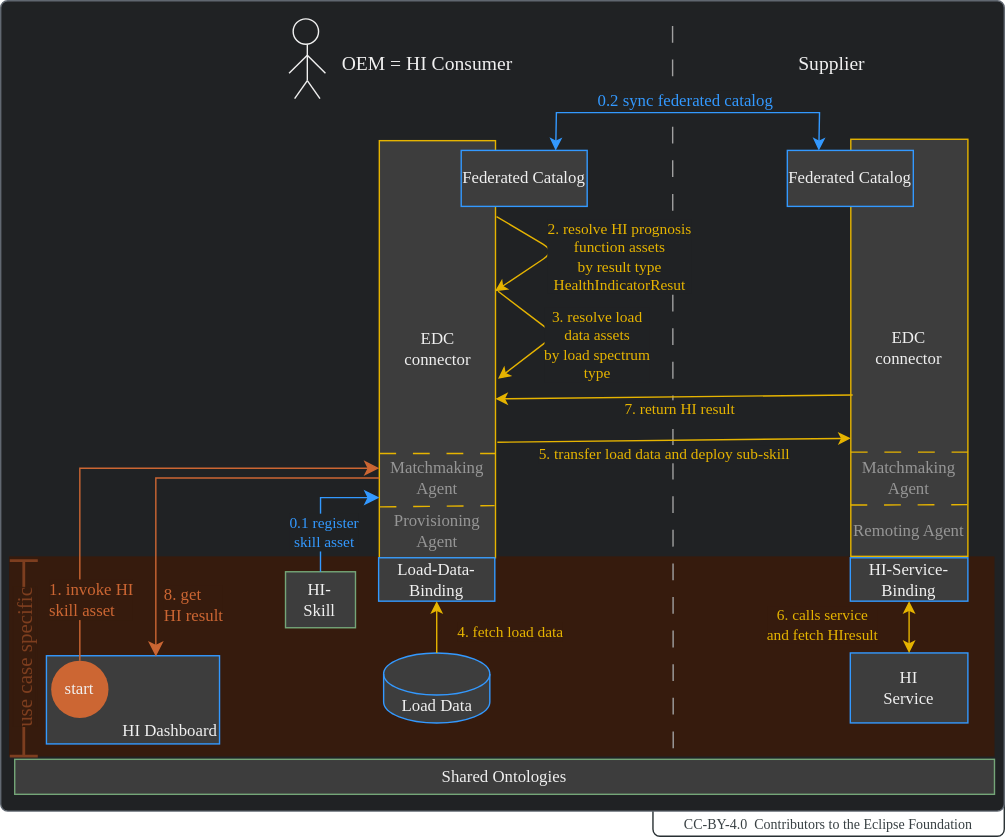
eclipse-tractusx/eclipse-tractusx.github.io keeps this draw.io diagram as docs-kits/kits/behaviour-twin-kit/use-cases/hi/adoption-view/assets/business-process.drawio.svg. Above is the earlier version. Source tidied: cells renumbered, new cells last; positions are measured from the earlier drawing's top-left corner, leaving out a move shared by most shapes.
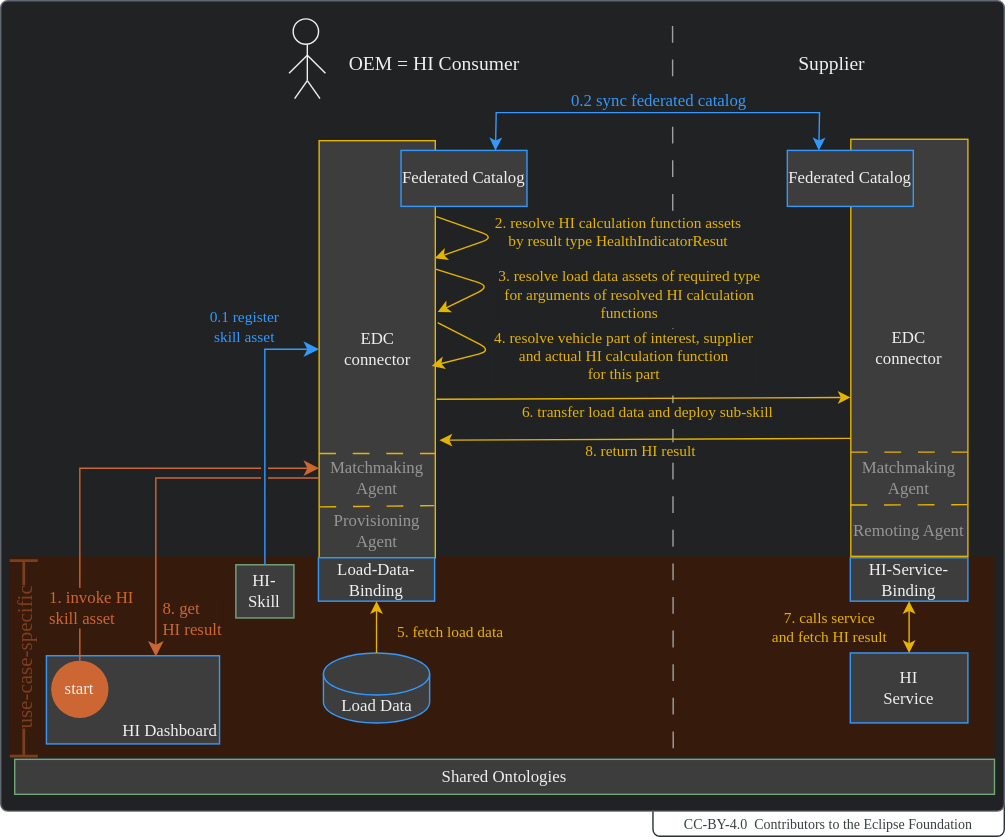
After the change.

What changed in the source:
```diff
@@ -18,13 +18,13 @@
       </mxGeometry>
     </mxCell>
     <mxCell id="6" value="&lt;font style=&quot;font-size: 14px;&quot; face=&quot;Manrope&quot;&gt;OEM = HI Consumer&lt;/font&gt;" style="rounded=0;whiteSpace=wrap;html=1;strokeColor=none;fillColor=none;fillStyle=solid;fontColor=#F0F0F0;fontFamily=Manrope;" parent="1" vertex="1">
-      <mxGeometry x="287" y="31" width="142" height="30" as="geometry" />
+      <mxGeometry x="292" y="31" width="142" height="30" as="geometry" />
     </mxCell>
     <mxCell id="7" value="&lt;font style=&quot;font-size: 14px;&quot; face=&quot;Manrope&quot;&gt;Supplier&lt;/font&gt;" style="rounded=0;whiteSpace=wrap;html=1;strokeColor=none;fillColor=none;fillStyle=solid;fontColor=#F0F0F0;fontFamily=Manrope;" parent="1" vertex="1">
       <mxGeometry x="544" y="31" width="206.2" height="30" as="geometry" />
     </mxCell>
     <mxCell id="8" value="&lt;font style=&quot;font-size: 12px;&quot; face=&quot;Manrope&quot;&gt;EDC&lt;br&gt;&lt;/font&gt;connector&lt;font style=&quot;font-size: 12px;&quot; face=&quot;Manrope&quot;&gt;&lt;br&gt;&lt;/font&gt;" style="rounded=0;whiteSpace=wrap;html=1;strokeColor=#E6B400;fillColor=#3D3D3D;fillStyle=solid;fontColor=#F0F0F0;fontFamily=Manrope;" parent="1" vertex="1">
-      <mxGeometry x="323.5" y="100" width="83" height="298" as="geometry" />
+      <mxGeometry x="280.5" y="100" width="83" height="298" as="geometry" />
     </mxCell>
     <mxCell id="9" value="&lt;font style=&quot;font-size: 12px;&quot; face=&quot;Manrope&quot;&gt;EDC&lt;br&gt;&lt;/font&gt;connector&lt;font style=&quot;font-size: 12px;&quot; face=&quot;Manrope&quot;&gt;&lt;br&gt;&lt;/font&gt;" style="rounded=0;whiteSpace=wrap;html=1;strokeColor=#E6B400;fillColor=#3D3D3D;fillStyle=solid;fontColor=#F0F0F0;fontFamily=Manrope;" parent="1" vertex="1">
       <mxGeometry x="660.4" y="99" width="83.7" height="298" as="geometry" />
@@ -69,7 +69,7 @@
       <mxGeometry x="63" y="542" width="700" height="25" as="geometry" />
     </mxCell>
     <mxCell id="18" value="&lt;font style=&quot;font-size: 12px;&quot; face=&quot;Manrope&quot;&gt;Federated Catalog&lt;/font&gt;" style="rounded=0;whiteSpace=wrap;html=1;strokeColor=#3399FF;fillColor=#3D3D3D;fillStyle=solid;fontColor=#F0F0F0;fontFamily=Manrope;" parent="1" vertex="1">
-      <mxGeometry x="382" y="107" width="90" height="40" as="geometry" />
+      <mxGeometry x="339" y="107" width="90" height="40" as="geometry" />
     </mxCell>
     <mxCell id="19" value="&lt;font style=&quot;font-size: 12px;&quot; face=&quot;Manrope&quot;&gt;Federated Catalog&lt;/font&gt;" style="rounded=0;whiteSpace=wrap;html=1;strokeColor=#3399FF;fillColor=#3D3D3D;fillStyle=solid;fontColor=#F0F0F0;fontFamily=Manrope;" parent="1" vertex="1">
       <mxGeometry x="615" y="107" width="90" height="40" as="geometry" />
@@ -77,7 +77,7 @@
     <mxCell id="20" style="endArrow=classic;startArrow=classic;html=1;strokeColor=#3399FF;fontSize=12;fontColor=#F0F0F0;exitX=0.75;exitY=0;exitDx=0;exitDy=0;entryX=0.25;entryY=0;entryDx=0;entryDy=0;rounded=0;fontFamily=Manrope;" parent="1" edge="1" source="18" target="19">
       <mxGeometry relative="1" as="geometry">
         <Array as="points">
-          <mxPoint x="450" y="80" />
+          <mxPoint x="407" y="80" />
           <mxPoint x="638" y="80" />
         </Array>
       </mxGeometry>
@@ -91,89 +91,76 @@
       </mxGeometry>
     </mxCell>
     <mxCell id="23" value="&lt;font style=&quot;font-size: 12px;&quot; face=&quot;Manrope&quot;&gt;Load-Data-Binding&lt;/font&gt;" style="rounded=0;whiteSpace=wrap;html=1;strokeColor=#3399FF;fillColor=#3D3D3D;fillStyle=solid;fontColor=#F0F0F0;fontFamily=Manrope;" parent="1" vertex="1">
-      <mxGeometry x="323" y="398" width="83" height="31" as="geometry" />
+      <mxGeometry x="280" y="398" width="83" height="31" as="geometry" />
     </mxCell>
     <mxCell id="24" value="&lt;font style=&quot;font-size: 12px;&quot; face=&quot;Manrope&quot;&gt;HI-Service-Binding&lt;/font&gt;" style="rounded=0;whiteSpace=wrap;html=1;strokeColor=#3399FF;fillColor=#3D3D3D;fillStyle=solid;fontColor=#F0F0F0;fontFamily=Manrope;" parent="1" vertex="1">
       <mxGeometry x="660" y="398" width="84" height="31" as="geometry" />
     </mxCell>
     <mxCell id="25" value="&lt;font face=&quot;Manrope&quot; color=&quot;#f0f0f0&quot;&gt;Load Data&lt;/font&gt;" style="shape=cylinder3;whiteSpace=wrap;html=1;boundedLbl=1;backgroundOutline=1;size=15;labelBackgroundColor=none;strokeColor=#3399FF;fontColor=#3399FF;fillColor=#3D3D3D;fontFamily=Manrope;" parent="1" vertex="1">
-      <mxGeometry x="326.6" y="466" width="75.9" height="50" as="geometry" />
+      <mxGeometry x="283.6" y="466" width="75.9" height="50" as="geometry" />
     </mxCell>
     <mxCell id="26" value="&lt;font style=&quot;font-size: 12px;&quot; face=&quot;Manrope&quot;&gt;HI&lt;br&gt;Service&lt;/font&gt;" style="rounded=0;whiteSpace=wrap;html=1;strokeColor=#3399FF;fillColor=#3D3D3D;fillStyle=solid;fontColor=#F0F0F0;fontFamily=Manrope;" parent="1" vertex="1">
       <mxGeometry x="660" y="466" width="84" height="50" as="geometry" />
     </mxCell>
-    <mxCell id="27" style="endArrow=classic;startArrow=classic;html=1;strokeColor=#E6B400;fontColor=#F0F0F0;exitX=0.5;exitY=0;exitDx=0;exitDy=0;fontFamily=Manrope;entryX=0.5;entryY=1;entryDx=0;entryDy=0;" parent="1" edge="1" source="26" target="24">
-      <mxGeometry relative="1" as="geometry" />
-    </mxCell>
     <mxCell id="28" style="endArrow=classic;html=1;strokeColor=#E6B400;fontColor=#F0F0F0;exitX=0.5;exitY=0;exitDx=0;exitDy=0;exitPerimeter=0;entryX=0.5;entryY=1;entryDx=0;entryDy=0;fontFamily=Manrope;" parent="1" edge="1" source="25" target="23">
       <mxGeometry relative="1" as="geometry" />
     </mxCell>
-    <mxCell id="29" value="&lt;font face=&quot;Manrope&quot;&gt;4. fetch load data&lt;/font&gt;" style="edgeLabel;html=1;align=center;verticalAlign=middle;fontColor=#E6B400;labelBackgroundColor=#361B0D;fontFamily=Manrope;" parent="28" vertex="1">
+    <mxCell id="29" value="&lt;font face=&quot;Manrope&quot;&gt;5. fetch load data&lt;/font&gt;" style="edgeLabel;html=1;align=center;verticalAlign=middle;fontColor=#E6B400;labelBackgroundColor=#361B0D;fontFamily=Manrope;" parent="28" vertex="1">
       <mxGeometry x="0.41" y="-1" relative="1" as="geometry">
         <mxPoint x="51" y="11" as="offset" />
       </mxGeometry>
     </mxCell>
     <mxCell id="30" value="&lt;font style=&quot;font-size: 12px;&quot; face=&quot;Manrope&quot;&gt;HI-&lt;br&gt;Skill&lt;br&gt;&lt;/font&gt;" style="rounded=0;whiteSpace=wrap;html=1;strokeColor=#74A678;fillColor=#3D3D3D;fillStyle=solid;fontColor=#F0F0F0;fontFamily=Manrope;" parent="1" vertex="1">
-      <mxGeometry x="256.5" y="408" width="50" height="40" as="geometry" />
+      <mxGeometry x="221" y="403" width="41.5" height="38" as="geometry" />
     </mxCell>
-    <mxCell id="31" value="&lt;font face=&quot;Manrope&quot; color=&quot;#7d3e1f&quot; style=&quot;background-color: rgb(54, 27, 13); font-size: 15px;&quot;&gt;&amp;nbsp;use case specific&amp;nbsp;&lt;/font&gt;" style="shape=crossbar;whiteSpace=wrap;html=1;rounded=1;labelBackgroundColor=#361B0D;strokeColor=#7D3E1F;fontColor=#F0F0F0;fillColor=#69341A;rotation=-90;strokeWidth=2;fontFamily=Manrope;" parent="1" vertex="1">
+    <mxCell id="31" value="&lt;font face=&quot;Manrope&quot; color=&quot;#7d3e1f&quot; style=&quot;background-color: rgb(54, 27, 13); font-size: 15px;&quot;&gt;&amp;nbsp;use-case-specific&amp;nbsp;&lt;/font&gt;" style="shape=crossbar;whiteSpace=wrap;html=1;rounded=1;labelBackgroundColor=#361B0D;strokeColor=#7D3E1F;fontColor=#F0F0F0;fillColor=#69341A;rotation=-90;strokeWidth=2;fontFamily=Manrope;" parent="1" vertex="1">
       <mxGeometry x="-0.4" y="459.9" width="139.7" height="20" as="geometry" />
     </mxCell>
-    <mxCell id="32" style="endArrow=classic;html=1;fontColor=#E6B400;exitX=1.009;exitY=0.182;exitDx=0;exitDy=0;entryX=0.996;entryY=0.361;entryDx=0;entryDy=0;strokeColor=#E6B400;entryPerimeter=0;exitPerimeter=0;fontFamily=Manrope;" parent="1" edge="1" source="8" target="8">
+    <mxCell id="32" style="endArrow=classic;html=1;fontColor=#E6B400;exitX=1.009;exitY=0.182;exitDx=0;exitDy=0;entryX=0.995;entryY=0.282;entryDx=0;entryDy=0;strokeColor=#E6B400;entryPerimeter=0;exitPerimeter=0;fontFamily=Manrope;" parent="1" edge="1" source="8" target="8">
       <mxGeometry relative="1" as="geometry">
         <Array as="points">
-          <mxPoint x="449" y="179" />
+          <mxPoint x="406" y="169" />
         </Array>
       </mxGeometry>
     </mxCell>
-    <mxCell id="33" value="&lt;font face=&quot;Manrope&quot;&gt;2. resolve HI prognosis&lt;br&gt;function assets&lt;br&gt;by&amp;nbsp;result type&lt;br&gt;HealthIndicatorResut&lt;/font&gt;" style="edgeLabel;html=1;align=center;verticalAlign=middle;labelBackgroundColor=#202224;fontColor=#E6B400;fontFamily=Manrope;" parent="32" vertex="1">
+    <mxCell id="33" value="&lt;font face=&quot;Manrope&quot;&gt;2. resolve HI calculation function assets&lt;br&gt;by&amp;nbsp;result type HealthIndicatorResut&lt;br&gt;&lt;br&gt;&lt;/font&gt;" style="edgeLabel;html=1;align=center;verticalAlign=middle;labelBackgroundColor=#202224;fontColor=#E6B400;fontFamily=Manrope;" parent="32" vertex="1">
       <mxGeometry x="0.35" relative="1" as="geometry">
-        <mxPoint x="61" y="-7" as="offset" />
+        <mxPoint x="102" y="-3" as="offset" />
       </mxGeometry>
     </mxCell>
-    <mxCell id="34" style="endArrow=classic;html=1;fontColor=#E6B400;strokeColor=#E6B400;entryX=1.022;entryY=0.571;entryDx=0;entryDy=0;entryPerimeter=0;exitX=1.022;exitY=0.361;exitDx=0;exitDy=0;exitPerimeter=0;fontFamily=Manrope;" parent="1" edge="1" source="8" target="8">
+    <mxCell id="34" style="endArrow=classic;html=1;fontColor=#E6B400;strokeColor=#E6B400;entryX=1.02;entryY=0.411;entryDx=0;entryDy=0;entryPerimeter=0;exitX=1.003;exitY=0.308;exitDx=0;exitDy=0;exitPerimeter=0;fontFamily=Manrope;" parent="1" edge="1" source="8" target="8">
       <mxGeometry relative="1" as="geometry">
         <Array as="points">
-          <mxPoint x="449.2" y="238.8" />
+          <mxPoint x="403" y="204" />
         </Array>
       </mxGeometry>
     </mxCell>
-    <mxCell id="35" value="&lt;font face=&quot;Manrope&quot;&gt;3. resolve load&lt;br&gt;data assets&lt;br&gt;by load spectrum &lt;br&gt;type&lt;br&gt;&lt;/font&gt;" style="edgeLabel;html=1;align=center;verticalAlign=middle;labelBackgroundColor=#202224;fontColor=#E6B400;fontFamily=Manrope;" parent="34" vertex="1">
+    <mxCell id="35" value="&lt;font face=&quot;Manrope&quot;&gt;3. resolve load data assets of required type&lt;br&gt;&amp;nbsp;for arguments of resolved HI calculation&lt;br&gt;functions&lt;br&gt;&lt;/font&gt;" style="edgeLabel;html=1;align=center;verticalAlign=middle;labelBackgroundColor=#202224;fontColor=#E6B400;fontFamily=Manrope;" parent="34" vertex="1">
       <mxGeometry x="0.35" relative="1" as="geometry">
-        <mxPoint x="43" y="-4" as="offset" />
+        <mxPoint x="112" y="-1" as="offset" />
       </mxGeometry>
     </mxCell>
-    <mxCell id="36" value="&lt;font face=&quot;Manrope&quot;&gt;6. calls service&lt;br&gt;and fetch HIresult&lt;/font&gt;" style="edgeLabel;html=1;align=center;verticalAlign=middle;fontColor=#E6B400;labelBackgroundColor=#361B0D;fontFamily=Manrope;" parent="1" vertex="1">
-      <mxGeometry x="639" y="446" as="geometry" />
+    <mxCell id="36" value="&lt;font face=&quot;Manrope&quot;&gt;7. calls service&lt;br&gt;and fetch HI result&lt;/font&gt;" style="edgeLabel;html=1;align=center;verticalAlign=middle;fontColor=#E6B400;labelBackgroundColor=#361B0D;fontFamily=Manrope;" parent="1" vertex="1">
+      <mxGeometry x="639" y="446" as="geometry">
+        <mxPoint x="5" y="2" as="offset" />
+      </mxGeometry>
     </mxCell>
-    <mxCell id="37" style="endArrow=classic;html=1;strokeColor=#E6B400;fontColor=#F0F0F0;exitX=0.016;exitY=0.613;exitDx=0;exitDy=0;exitPerimeter=0;fontFamily=Manrope;entryX=0.999;entryY=0.619;entryDx=0;entryDy=0;entryPerimeter=0;" parent="1" edge="1" source="9" target="8">
+    <mxCell id="37" style="endArrow=classic;html=1;strokeColor=#E6B400;fontColor=#F0F0F0;exitX=-0.002;exitY=0.717;exitDx=0;exitDy=0;exitPerimeter=0;fontFamily=Manrope;entryX=1.036;entryY=0.718;entryDx=0;entryDy=0;entryPerimeter=0;" parent="1" edge="1" source="9" target="8">
       <mxGeometry relative="1" as="geometry" />
     </mxCell>
-    <mxCell id="38" value="&lt;font face=&quot;Manrope&quot;&gt;7. return HI result&lt;/font&gt;" style="edgeLabel;html=1;align=center;verticalAlign=middle;fontColor=#E6B400;labelBackgroundColor=#202224;fontFamily=Manrope;" parent="37" vertex="1">
+    <mxCell id="38" value="&lt;font face=&quot;Manrope&quot;&gt;8. return HI result&lt;/font&gt;" style="edgeLabel;html=1;align=center;verticalAlign=middle;fontColor=#E6B400;labelBackgroundColor=#202224;fontFamily=Manrope;" parent="37" vertex="1">
       <mxGeometry x="0.41" y="-1" relative="1" as="geometry">
         <mxPoint x="56" y="9" as="offset" />
       </mxGeometry>
     </mxCell>
-    <mxCell id="39" style="endArrow=classic;html=1;strokeColor=#E6B400;fontColor=#F0F0F0;entryX=-0.001;entryY=0.717;entryDx=0;entryDy=0;fontFamily=Manrope;entryPerimeter=0;exitX=1.016;exitY=0.723;exitDx=0;exitDy=0;exitPerimeter=0;" parent="1" edge="1" source="8" target="9">
+    <mxCell id="39" style="endArrow=classic;html=1;strokeColor=#E6B400;fontColor=#F0F0F0;entryX=-0.002;entryY=0.619;entryDx=0;entryDy=0;fontFamily=Manrope;entryPerimeter=0;exitX=1.011;exitY=0.62;exitDx=0;exitDy=0;exitPerimeter=0;" parent="1" edge="1" source="8" target="9">
       <mxGeometry relative="1" as="geometry" />
     </mxCell>
-    <mxCell id="40" value="5. transfer load data and deploy sub-skill" style="edgeLabel;html=1;align=center;verticalAlign=middle;fontColor=#E6B400;labelBackgroundColor=#202224;fontFamily=Manrope;" parent="39" vertex="1">
+    <mxCell id="40" value="6. transfer load data and deploy sub-skill" style="edgeLabel;html=1;align=center;verticalAlign=middle;fontColor=#E6B400;labelBackgroundColor=#202224;fontFamily=Manrope;" parent="39" vertex="1">
       <mxGeometry x="0.41" y="-1" relative="1" as="geometry">
         <mxPoint x="-59" y="9" as="offset" />
       </mxGeometry>
     </mxCell>
-    <mxCell id="41" style="edgeStyle=segmentEdgeStyle;endArrow=classic;html=1;curved=0;rounded=0;endSize=8;startSize=8;strokeColor=#3399FF;fontColor=#E6B400;exitX=0.5;exitY=0;exitDx=0;exitDy=0;entryX=0;entryY=1;entryDx=0;entryDy=0;fontFamily=Manrope;" parent="1" edge="1" source="30" target="48">
-      <mxGeometry relative="1" as="geometry">
-        <Array as="points">
-          <mxPoint x="282" y="355" />
-        </Array>
-      </mxGeometry>
-    </mxCell>
-    <mxCell id="42" value="&lt;font face=&quot;Manrope&quot; style=&quot;&quot; color=&quot;#3399ff&quot;&gt;0.1 register&lt;br&gt;skill asset&lt;/font&gt;" style="edgeLabel;html=1;align=center;verticalAlign=middle;fontColor=#E6B400;labelBackgroundColor=#202224;fontFamily=Manrope;" parent="41" vertex="1">
-      <mxGeometry x="0.14" y="-2" relative="1" as="geometry">
-        <mxPoint x="1" y="22" as="offset" />
-      </mxGeometry>
-    </mxCell>
     <mxCell id="43" value="&lt;font style=&quot;font-size: 12px;&quot; face=&quot;Manrope&quot;&gt;HI Dashboard&lt;/font&gt;" style="rounded=0;whiteSpace=wrap;html=1;strokeColor=#3399FF;fillColor=#3D3D3D;fillStyle=solid;fontColor=#F0F0F0;fontFamily=Manrope;align=right;verticalAlign=bottom;" parent="1" vertex="1">
       <mxGeometry x="85.7" y="468" width="123.7" height="63" as="geometry" />
     </mxCell>
@@ -193,10 +180,10 @@
       <mxGeometry x="89" y="471.5" width="41" height="41" as="geometry" />
     </mxCell>
     <mxCell id="47" value="&lt;font style=&quot;font-size: 12px;&quot; face=&quot;Manrope&quot;&gt;Provisioning Agent&lt;/font&gt;" style="rounded=0;whiteSpace=wrap;html=1;strokeColor=none;fillColor=none;fillStyle=solid;fontColor=#969696;fontFamily=Manrope;" parent="1" vertex="1">
-      <mxGeometry x="324" y="365" width="82" height="28" as="geometry" />
+      <mxGeometry x="281" y="365" width="82" height="28" as="geometry" />
     </mxCell>
     <mxCell id="48" value="&lt;font style=&quot;font-size: 12px;&quot; face=&quot;Manrope&quot;&gt;Matchmaking&lt;br&gt;Agent&lt;/font&gt;" style="rounded=0;whiteSpace=wrap;html=1;strokeColor=none;fillColor=none;fillStyle=solid;fontColor=#969696;fontFamily=Manrope;" parent="1" vertex="1">
-      <mxGeometry x="323.5" y="327" width="82" height="28" as="geometry" />
+      <mxGeometry x="280.5" y="327" width="82" height="28" as="geometry" />
     </mxCell>
     <mxCell id="49" value="&lt;font style=&quot;font-size: 12px;&quot; face=&quot;Manrope&quot;&gt;Remoting Agent&lt;/font&gt;" style="rounded=0;whiteSpace=wrap;html=1;strokeColor=none;fillColor=none;fillStyle=solid;fontColor=#969696;fontFamily=Manrope;" parent="1" vertex="1">
       <mxGeometry x="660.8" y="365" width="82" height="28" as="geometry" />
@@ -213,7 +200,7 @@
     </mxCell>
     <mxCell id="52" value="&lt;font face=&quot;Manrope&quot;&gt;8. get&lt;br&gt;HI result&lt;/font&gt;" style="edgeLabel;html=1;align=left;verticalAlign=middle;fontSize=12;fontColor=#CC6633;labelBackgroundColor=#361B0D;fontFamily=Manrope;" parent="51" vertex="1">
       <mxGeometry x="-0.72" y="-3" relative="1" as="geometry">
-        <mxPoint x="-116" y="93" as="offset" />
+        <mxPoint x="-80" y="103" as="offset" />
       </mxGeometry>
     </mxCell>
     <mxCell id="53" style="endArrow=none;html=1;fontColor=#969696;exitX=-0.003;exitY=0.877;exitDx=0;exitDy=0;entryX=0.997;entryY=0.876;entryDx=0;entryDy=0;entryPerimeter=0;exitPerimeter=0;dashed=1;dashPattern=12 12;strokeColor=#E6B400;" parent="1" edge="1" source="9" target="9">
@@ -233,5 +220,36 @@
     <mxCell id="57" style="endArrow=none;html=1;fontColor=#969696;exitX=0;exitY=0.75;exitDx=0;exitDy=0;entryX=1;entryY=0.75;entryDx=0;entryDy=0;dashed=1;dashPattern=12 12;strokeColor=#E6B400;" parent="1" edge="1" source="8" target="8">
       <mxGeometry relative="1" as="geometry" />
     </mxCell>
+    <mxCell id="58" style="rounded=0;whiteSpace=wrap;html=1;strokeColor=none;fillColor=#202224;" parent="1" vertex="1">
+      <mxGeometry x="239" y="324" width="5" height="28" as="geometry" />
+    </mxCell>
+    <mxCell id="41" style="edgeStyle=segmentEdgeStyle;endArrow=classic;html=1;curved=0;rounded=0;endSize=8;startSize=8;strokeColor=#3399FF;fontColor=#E6B400;exitX=0.5;exitY=0;exitDx=0;exitDy=0;entryX=0;entryY=0.5;entryDx=0;entryDy=0;fontFamily=Manrope;" parent="1" edge="1" source="30" target="8">
+      <mxGeometry relative="1" as="geometry">
+        <Array as="points">
+          <mxPoint x="242" y="249" />
+        </Array>
+      </mxGeometry>
+    </mxCell>
+    <mxCell id="42" value="&lt;font face=&quot;Manrope&quot; style=&quot;&quot; color=&quot;#3399ff&quot;&gt;0.1 register&lt;br&gt;skill asset&lt;/font&gt;" style="edgeLabel;html=1;align=center;verticalAlign=middle;fontColor=#E6B400;labelBackgroundColor=#202224;fontFamily=Manrope;" parent="41" vertex="1">
+      <mxGeometry x="0.14" y="-2" relative="1" as="geometry">
+        <mxPoint x="-17" y="-60" as="offset" />
+      </mxGeometry>
+    </mxCell>
+    <mxCell id="59" style="endArrow=classic;html=1;fontColor=#E6B400;strokeColor=#E6B400;exitX=1.02;exitY=0.436;exitDx=0;exitDy=0;exitPerimeter=0;fontFamily=Manrope;" parent="1" edge="1" source="8">
+      <mxGeometry relative="1" as="geometry">
+        <mxPoint x="361" y="261" as="targetPoint" />
+        <Array as="points">
+          <mxPoint x="404" y="250" />
+        </Array>
+      </mxGeometry>
+    </mxCell>
+    <mxCell id="60" value="&lt;font face=&quot;Manrope&quot;&gt;4.&lt;/font&gt;&amp;nbsp;resolve vehicle part of interest, supplier&lt;br&gt;&lt;font face=&quot;Manrope&quot;&gt;and actual HI calculation function&lt;br&gt;for this part&lt;br&gt;&lt;/font&gt;" style="edgeLabel;html=1;align=center;verticalAlign=middle;labelBackgroundColor=#202224;fontColor=#E6B400;fontFamily=Manrope;" parent="59" vertex="1">
+      <mxGeometry x="0.35" relative="1" as="geometry">
+        <mxPoint x="108" as="offset" />
+      </mxGeometry>
+    </mxCell>
+    <mxCell id="27" style="endArrow=classic;startArrow=classic;html=1;strokeColor=#E6B400;fontColor=#F0F0F0;exitX=0.5;exitY=0;exitDx=0;exitDy=0;fontFamily=Manrope;entryX=0.5;entryY=1;entryDx=0;entryDy=0;" parent="1" edge="1" source="26" target="24">
+      <mxGeometry relative="1" as="geometry" />
+    </mxCell>
   </root>
 </mxGraphModel>
```
